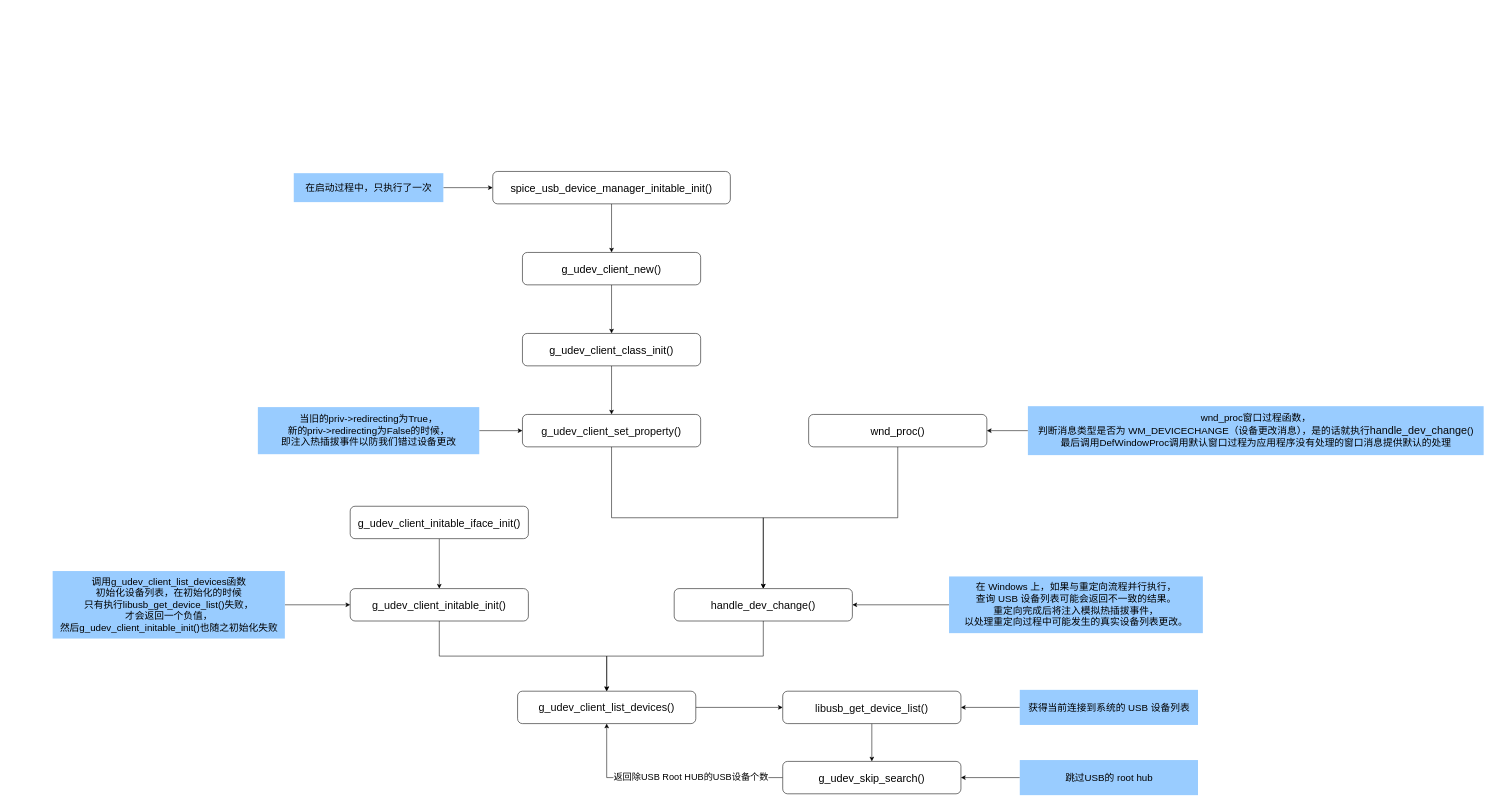
leungbless/MD- keeps this draw.io diagram as spice透传设备列表变动.drawio. Above is the earlier version. Source tidied: cells renumbered, new cells numbered last; positions are measured from the earlier drawing's top-left corner, leaving out a move shared by most shapes. Both pictures are drawn from the tidied source at 54%, with x=0, y=0 at pixel (52, 171).
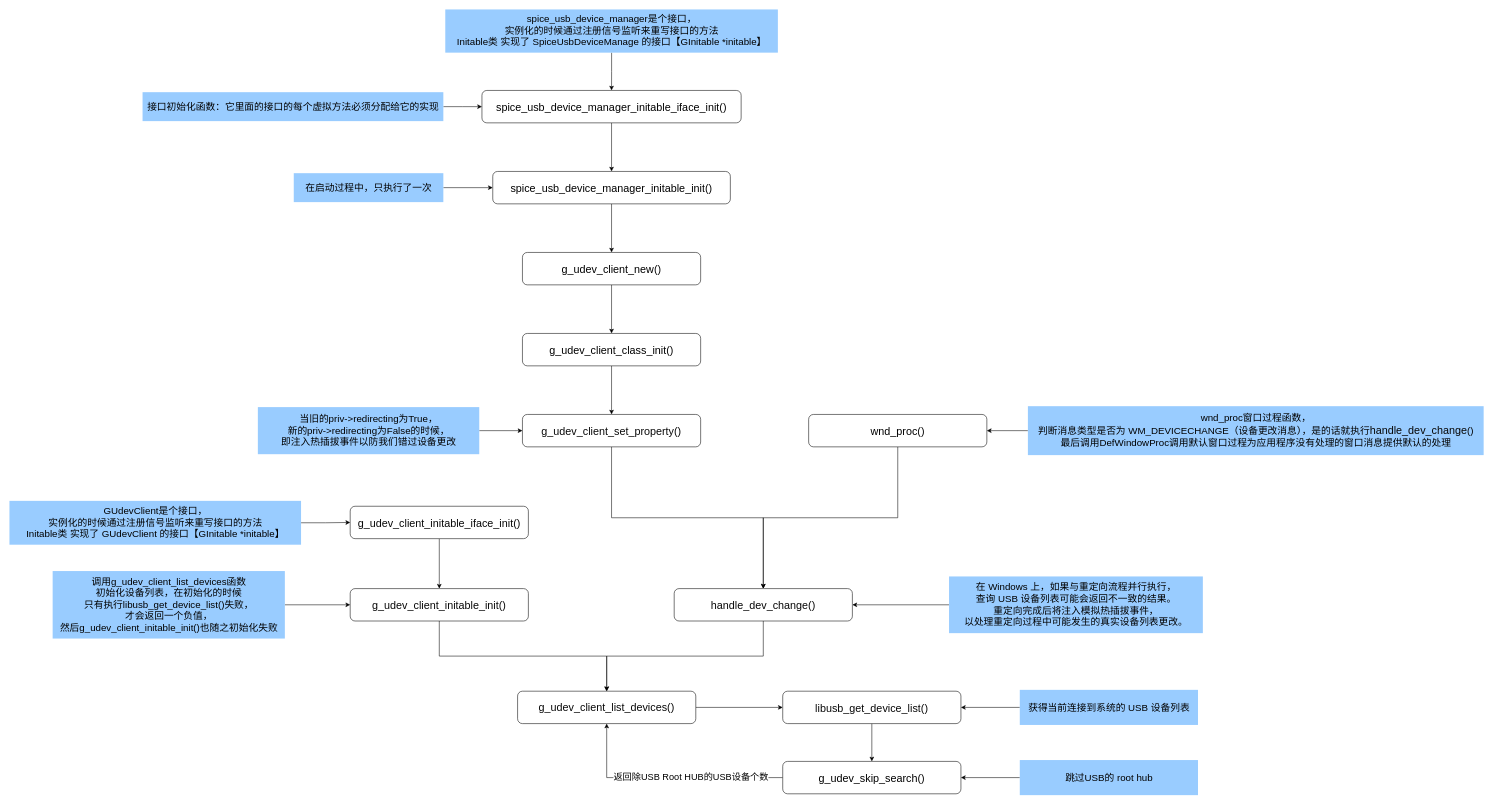
The same page after the edit.

Commit message:
更新spice透传设备列表变动.drawio

The change refers to these unchanged cells:
```xml
<mxCell id="20" value="&lt;span style=&quot;background-color: rgb(255, 255, 255);&quot;&gt;&lt;font color=&quot;#080808&quot;&gt;g_udev_client_initable_iface_init()&lt;/font&gt;&lt;/span&gt;&lt;font color=&quot;#080808&quot;&gt;&lt;br&gt;&lt;/font&gt;" style="rounded=1;whiteSpace=wrap;html=1;fontSize=20;" parent="1" vertex="1">
  <mxGeometry x="551" y="620" width="330" height="60" as="geometry" />
</mxCell>
<mxCell id="34" value="spice_usb_device_manager_initable_init&lt;span style=&quot;background-color: rgb(255, 255, 255);&quot;&gt;&lt;font color=&quot;#080808&quot;&gt;()&lt;/font&gt;&lt;/span&gt;&lt;font color=&quot;#080808&quot;&gt;&lt;br&gt;&lt;/font&gt;" style="rounded=1;whiteSpace=wrap;html=1;fontSize=20;" parent="1" vertex="1">
  <mxGeometry x="815" width="440" height="60" as="geometry" />
</mxCell>
```

The edit, as a diff of the source:
```diff
@@
+    <mxCell id="39" style="edgeStyle=orthogonalEdgeStyle;rounded=0;jettySize=auto;html=1;entryX=0.5;entryY=0;entryDx=0;entryDy=0;" parent="1" edge="1" source="40" target="34">
+      <mxGeometry relative="1" as="geometry" />
+    </mxCell>
+    <mxCell id="40" value="spice_usb_device_manager_initable_iface_init&lt;span style=&quot;background-color: rgb(255, 255, 255);&quot;&gt;&lt;font color=&quot;#080808&quot;&gt;()&lt;/font&gt;&lt;/span&gt;&lt;font color=&quot;#080808&quot;&gt;&lt;br&gt;&lt;/font&gt;" style="rounded=1;whiteSpace=wrap;html=1;fontSize=20;" parent="1" vertex="1">
+      <mxGeometry x="795" y="-150" width="480" height="60" as="geometry" />
+    </mxCell>
+    <mxCell id="41" style="edgeStyle=orthogonalEdgeStyle;rounded=0;jettySize=auto;html=1;" parent="1" edge="1" source="42" target="40">
+      <mxGeometry relative="1" as="geometry" />
+    </mxCell>
+    <mxCell id="42" value="接口初始化函数：它里面的接口的每个虚拟方法必须分配给它的实现" style="text;strokeColor=none;fillColor=#99CCFF;html=1;fontSize=18;fontStyle=0;verticalAlign=middle;align=center;" parent="1" vertex="1">
+      <mxGeometry x="166.5" y="-146.8" width="557" height="53.6" as="geometry" />
+    </mxCell>
+    <mxCell id="43" style="edgeStyle=orthogonalEdgeStyle;rounded=0;jettySize=auto;html=1;" parent="1" edge="1" source="44" target="40">
+      <mxGeometry relative="1" as="geometry" />
+    </mxCell>
+    <mxCell id="44" value="spice_usb_device_manager是个接口，&lt;br&gt;实例化的时候通过注册信号监听来重写接口的方法&lt;br&gt;Initable类 实现了&amp;nbsp;SpiceUsbDeviceManage 的接口【GInitable *initable】" style="text;strokeColor=none;fillColor=#99CCFF;html=1;fontSize=18;fontStyle=0;verticalAlign=middle;align=center;" parent="1" vertex="1">
+      <mxGeometry x="727.1" y="-300" width="615.9" height="80" as="geometry" />
+    </mxCell>
+    <mxCell id="45" style="edgeStyle=orthogonalEdgeStyle;rounded=0;jettySize=auto;html=1;" parent="1" edge="1" source="46" target="20">
+      <mxGeometry relative="1" as="geometry" />
+    </mxCell>
+    <mxCell id="46" value="GUdevClient是个接口，&lt;br style=&quot;border-color: var(--border-color);&quot;&gt;实例化的时候通过注册信号监听来重写接口的方法&lt;br style=&quot;border-color: var(--border-color);&quot;&gt;Initable类 实现了&amp;nbsp;GUdevClient&amp;nbsp;&lt;span style=&quot;background-color: initial;&quot;&gt;的接口【GInitable *initable】&lt;/span&gt;" style="text;strokeColor=none;fillColor=#99CCFF;html=1;fontSize=18;fontStyle=0;verticalAlign=middle;align=center;" parent="1" vertex="1">
+      <mxGeometry x="-80" y="610" width="540" height="81.2" as="geometry" />
+    </mxCell>
```
